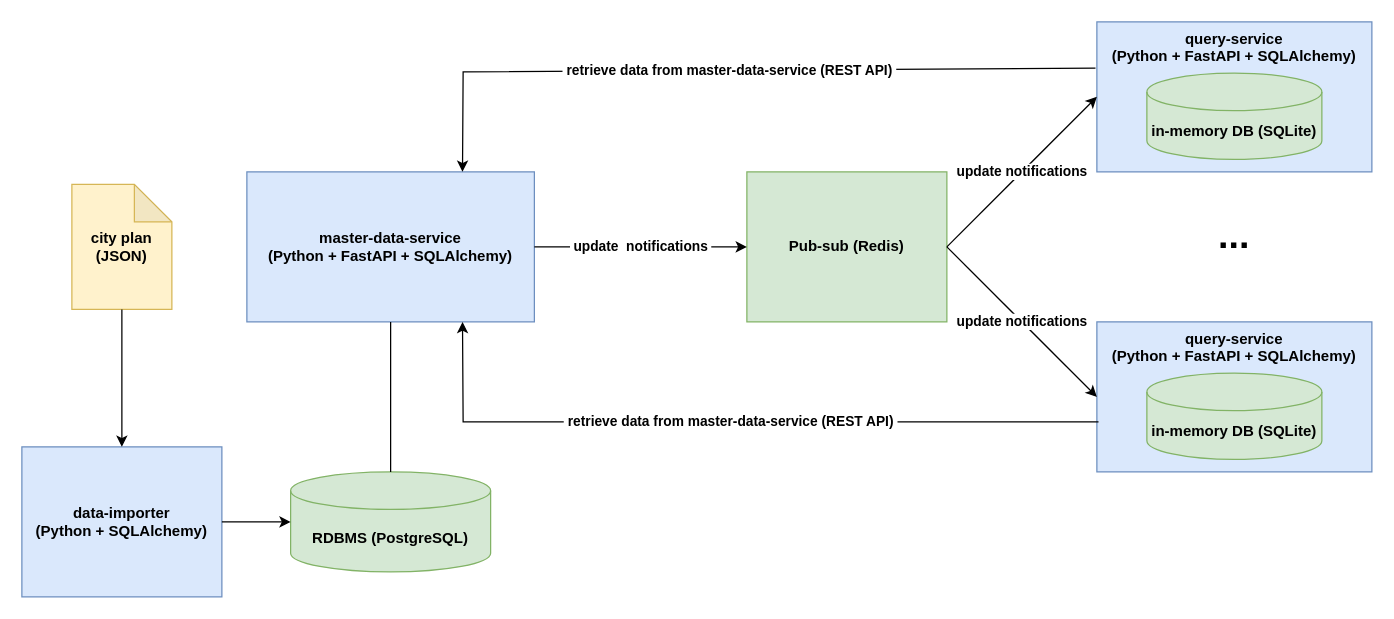
Above: page "Intro" (1 of 2) of diagrams/diagrams.drawio in Jardo72/City-Navigator (draw.io), before the change. Source tidied: cells renumbered, new cells numbered last; positions are measured from the earlier drawing's top-left corner, leaving out a move shared by most shapes. Both pictures are drawn from the tidied source at 125%, with x=0, y=0 at pixel (21, 21).
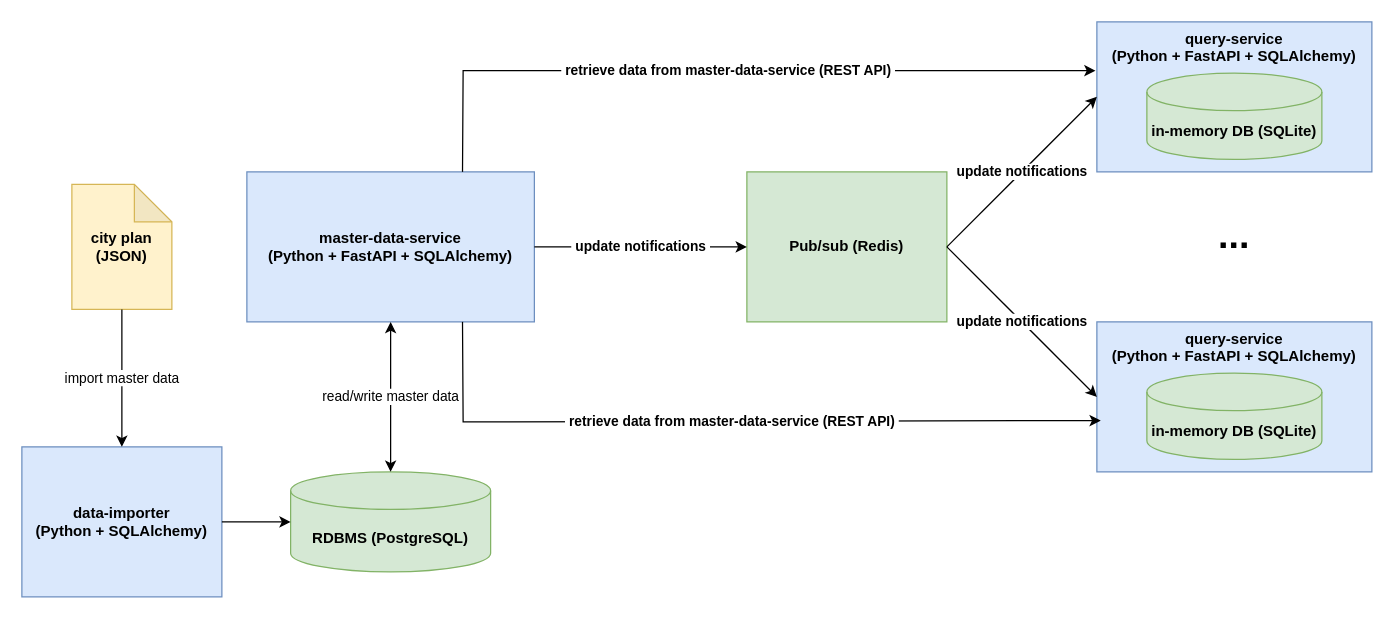
After the change.

The change refers to these unchanged cells:
```xml
<mxCell id="2" value="query-service&lt;br&gt;(Python + FastAPI + SQLAlchemy)" style="rounded=0;whiteSpace=wrap;html=1;verticalAlign=top;fontStyle=1;fillColor=#dae8fc;strokeColor=#6c8ebf;" parent="1" vertex="1">
  <mxGeometry x="860" width="220" height="120" as="geometry" />
</mxCell>
<mxCell id="3" value="master-data-service&lt;br&gt;(Python + FastAPI + SQLAlchemy)" style="rounded=0;whiteSpace=wrap;html=1;fontStyle=1;fillColor=#dae8fc;strokeColor=#6c8ebf;" parent="1" vertex="1">
  <mxGeometry x="180" y="120" width="230" height="120" as="geometry" />
</mxCell>
<mxCell id="4" value="RDBMS (PostgreSQL)" style="shape=cylinder3;whiteSpace=wrap;html=1;boundedLbl=1;backgroundOutline=1;size=15;fontStyle=1;fillColor=#d5e8d4;strokeColor=#82b366;" parent="1" vertex="1">
  <mxGeometry x="215" y="360" width="160" height="80" as="geometry" />
</mxCell>
<mxCell id="8" value="query-service&lt;br&gt;(Python + FastAPI + SQLAlchemy)" style="rounded=0;whiteSpace=wrap;html=1;verticalAlign=top;fontStyle=1;fillColor=#dae8fc;strokeColor=#6c8ebf;" parent="1" vertex="1">
  <mxGeometry x="860" y="240" width="220" height="120" as="geometry" />
</mxCell>
<mxCell id="16" value="data-importer&lt;br&gt;(Python + SQLAlchemy)" style="rounded=0;whiteSpace=wrap;html=1;fontStyle=1;fillColor=#dae8fc;strokeColor=#6c8ebf;" parent="1" vertex="1">
  <mxGeometry y="340" width="160" height="120" as="geometry" />
</mxCell>
<mxCell id="18" value="city plan&lt;br&gt;(JSON)" style="shape=note;whiteSpace=wrap;html=1;backgroundOutline=1;darkOpacity=0.05;fontStyle=1;fillColor=#fff2cc;strokeColor=#d6b656;" parent="1" vertex="1">
  <mxGeometry x="40" y="130" width="80" height="100" as="geometry" />
</mxCell>
```

Change to the diagram source:
```diff
@@
-    <mxCell id="6" value="Pub-sub (Redis)" style="rounded=0;whiteSpace=wrap;html=1;fontStyle=1;fillColor=#d5e8d4;strokeColor=#82b366;" parent="1" vertex="1">
+    <mxCell id="6" value="Pub/sub (Redis)" style="rounded=0;whiteSpace=wrap;html=1;fontStyle=1;fillColor=#d5e8d4;strokeColor=#82b366;" parent="1" vertex="1">
       <mxGeometry x="580" y="120" width="160" height="120" as="geometry" />
     </mxCell>
-    <mxCell id="7" value="&amp;nbsp;update&amp;nbsp; notifications&amp;nbsp;" style="endArrow=classic;html=1;rounded=0;exitX=1;exitY=0.5;exitDx=0;exitDy=0;entryX=0;entryY=0.5;entryDx=0;entryDy=0;fontStyle=1;" parent="1" edge="1" source="3" target="6">
+    <mxCell id="7" value="&amp;nbsp;update notifications&amp;nbsp;" style="endArrow=classic;html=1;rounded=0;exitX=1;exitY=0.5;exitDx=0;exitDy=0;entryX=0;entryY=0.5;entryDx=0;entryDy=0;fontStyle=1;" parent="1" edge="1" source="3" target="6">
       <mxGeometry relative="1" as="geometry" />
     </mxCell>
@@
-    <mxCell id="13" style="endArrow=none;html=1;rounded=0;fontSize=30;entryX=0.5;entryY=1;entryDx=0;entryDy=0;" parent="1" edge="1" source="4" target="3">
-      <mxGeometry relative="1" as="geometry" />
-    </mxCell>
-    <mxCell id="14" value="&amp;nbsp;retrieve data from master-data-service (REST API)&amp;nbsp;" style="endArrow=classic;html=1;rounded=0;exitX=-0.005;exitY=0.308;exitDx=0;exitDy=0;exitPerimeter=0;entryX=0.75;entryY=0;entryDx=0;entryDy=0;fontStyle=1;" parent="1" edge="1" source="2" target="3">
-      <mxGeometry relative="1" as="geometry">
-        <Array as="points">
-          <mxPoint x="353" y="40" />
-        </Array>
-      </mxGeometry>
-    </mxCell>
-    <mxCell id="15" value="&amp;nbsp;retrieve data from master-data-service&amp;nbsp;(REST API)&amp;nbsp;" style="endArrow=classic;html=1;rounded=0;exitX=0.006;exitY=0.667;exitDx=0;exitDy=0;exitPerimeter=0;entryX=0.75;entryY=1;entryDx=0;entryDy=0;fontStyle=1;" parent="1" edge="1" source="8" target="3">
-      <mxGeometry relative="1" as="geometry">
-        <Array as="points">
-          <mxPoint x="353" y="320" />
-        </Array>
-      </mxGeometry>
-    </mxCell>
@@
-    <mxCell id="19" style="endArrow=classic;html=1;rounded=0;entryX=0.5;entryY=0;entryDx=0;entryDy=0;exitX=0.5;exitY=1;exitDx=0;exitDy=0;exitPerimeter=0;" parent="1" edge="1" source="18" target="16">
-      <mxGeometry relative="1" as="geometry" />
+    <mxCell id="19" value="import master data" style="endArrow=classic;html=1;rounded=0;entryX=0.5;entryY=0;entryDx=0;entryDy=0;exitX=0.5;exitY=1;exitDx=0;exitDy=0;exitPerimeter=0;" parent="1" edge="1" source="18" target="16">
+      <mxGeometry relative="1" as="geometry">
+        <Array as="points">
+          <mxPoint x="80" y="290" />
+        </Array>
+      </mxGeometry>
     </mxCell>
+    <mxCell id="13" value="read/write master data" style="endArrow=classic;startArrow=classic;html=1;rounded=0;exitX=0.5;exitY=0;exitDx=0;exitDy=0;exitPerimeter=0;entryX=0.5;entryY=1;entryDx=0;entryDy=0;" parent="1" edge="1" source="4" target="3">
+      <mxGeometry relative="1" as="geometry" />
+    </mxCell>
+    <mxCell id="20" value="&lt;span style=&quot;font-weight: 700;&quot;&gt;&amp;nbsp;retrieve data from master-data-service (REST API)&amp;nbsp;&lt;/span&gt;" style="endArrow=classic;html=1;rounded=0;entryX=-0.005;entryY=0.325;entryDx=0;entryDy=0;entryPerimeter=0;exitX=0.75;exitY=0;exitDx=0;exitDy=0;" parent="1" edge="1" source="3" target="2">
+      <mxGeometry relative="1" as="geometry">
+        <Array as="points">
+          <mxPoint x="353" y="39" />
+        </Array>
+      </mxGeometry>
+    </mxCell>
+    <mxCell id="21" value="&lt;span style=&quot;font-weight: 700;&quot;&gt;&amp;nbsp;retrieve data from master-data-service (REST API)&amp;nbsp;&lt;/span&gt;" style="endArrow=classic;html=1;rounded=0;entryX=0.014;entryY=0.658;entryDx=0;entryDy=0;entryPerimeter=0;exitX=0.75;exitY=1;exitDx=0;exitDy=0;" parent="1" edge="1" source="3" target="8">
+      <mxGeometry relative="1" as="geometry">
+        <Array as="points">
+          <mxPoint x="353" y="320" />
+        </Array>
+      </mxGeometry>
+    </mxCell>
```
